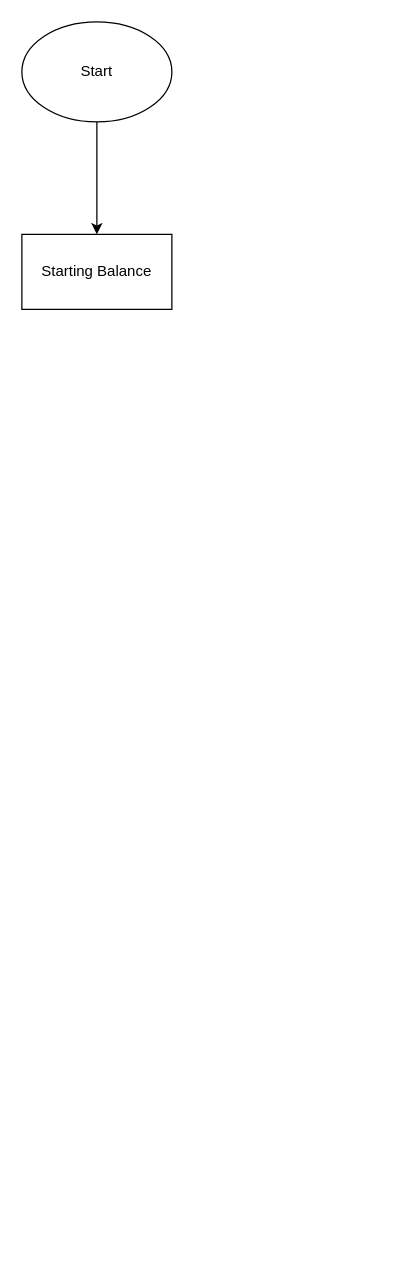
The draw.io diagram Sample.drawio in WilsonTalentCenter/advpseudoflow-coolmanforever, before the edit. Source tidied: cells renumbered, new cells numbered last; positions are measured from the earlier drawing's top-left corner, leaving out a move shared by most shapes. Both pictures are drawn from the tidied source at 125%, with x=0, y=0 at pixel (21, 21).
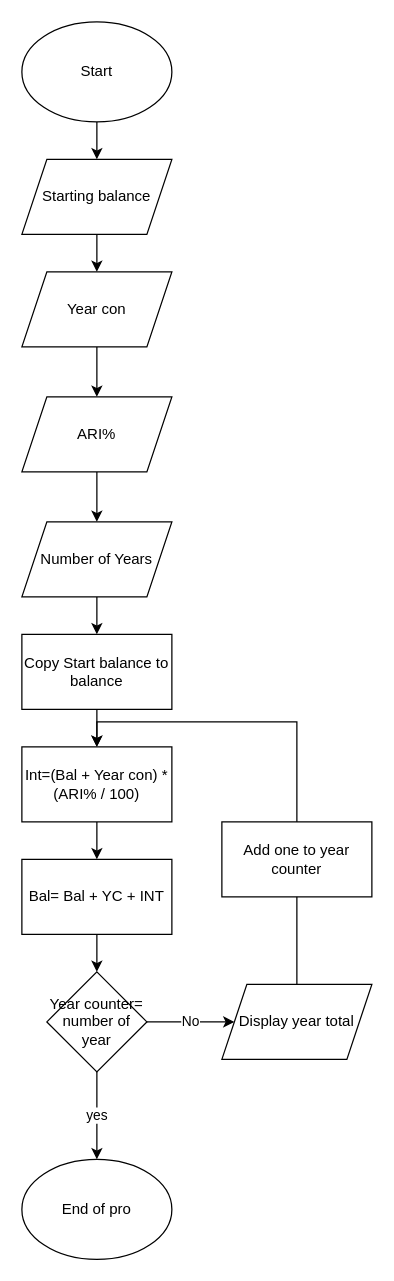
After the change.

Unchanged cells that the change refers to:
```xml
<mxCell id="3" value="Start" style="ellipse;whiteSpace=wrap;html=1;" parent="1" vertex="1">
  <mxGeometry width="120" height="80" as="geometry" />
</mxCell>
```

What changed in the source:
```diff
@@
-    <mxCell id="2" style="edgeStyle=orthogonalEdgeStyle;rounded=0;jettySize=auto;html=1;" parent="1" edge="1" source="3" target="4">
+    <mxCell id="2" style="edgeStyle=orthogonalEdgeStyle;rounded=0;jettySize=auto;html=1;entryX=0.5;entryY=0;entryDx=0;entryDy=0;" parent="1" edge="1" source="3" target="8">
       <mxGeometry relative="1" as="geometry" />
     </mxCell>
@@
-    <mxCell id="4" value="Starting Balance" style="whiteSpace=wrap;html=1;" parent="1" vertex="1">
-      <mxGeometry y="170" width="120" height="60" as="geometry" />
-    </mxCell>
+    <mxCell id="5" style="edgeStyle=orthogonalEdgeStyle;rounded=0;jettySize=auto;html=1;exitX=0.5;exitY=1;exitDx=0;exitDy=0;" parent="1" edge="1" source="8" target="7">
+      <mxGeometry relative="1" as="geometry" />
+    </mxCell>
+    <mxCell id="6" style="edgeStyle=orthogonalEdgeStyle;rounded=0;jettySize=auto;html=1;" parent="1" edge="1" source="7" target="10">
+      <mxGeometry relative="1" as="geometry" />
+    </mxCell>
+    <mxCell id="7" value="Year con" style="shape=parallelogram;perimeter=parallelogramPerimeter;whiteSpace=wrap;html=1;fixedSize=1;" parent="1" vertex="1">
+      <mxGeometry y="200" width="120" height="60" as="geometry" />
+    </mxCell>
+    <mxCell id="8" value="Starting balance" style="shape=parallelogram;perimeter=parallelogramPerimeter;whiteSpace=wrap;html=1;fixedSize=1;" parent="1" vertex="1">
+      <mxGeometry y="110" width="120" height="60" as="geometry" />
+    </mxCell>
+    <mxCell id="9" style="edgeStyle=orthogonalEdgeStyle;rounded=0;jettySize=auto;html=1;" parent="1" edge="1" source="10" target="12">
+      <mxGeometry relative="1" as="geometry" />
+    </mxCell>
+    <mxCell id="10" value="ARI%" style="shape=parallelogram;perimeter=parallelogramPerimeter;whiteSpace=wrap;html=1;fixedSize=1;" parent="1" vertex="1">
+      <mxGeometry y="300" width="120" height="60" as="geometry" />
+    </mxCell>
+    <mxCell id="11" style="edgeStyle=orthogonalEdgeStyle;rounded=0;jettySize=auto;html=1;" parent="1" edge="1" source="12" target="14">
+      <mxGeometry relative="1" as="geometry" />
+    </mxCell>
+    <mxCell id="12" value="Number of Years" style="shape=parallelogram;perimeter=parallelogramPerimeter;whiteSpace=wrap;html=1;fixedSize=1;" parent="1" vertex="1">
+      <mxGeometry y="400" width="120" height="60" as="geometry" />
+    </mxCell>
+    <mxCell id="13" style="edgeStyle=orthogonalEdgeStyle;rounded=0;jettySize=auto;html=1;" parent="1" edge="1" source="14" target="16">
+      <mxGeometry relative="1" as="geometry" />
+    </mxCell>
+    <mxCell id="14" value="Copy Start balance to balance" style="whiteSpace=wrap;html=1;" parent="1" vertex="1">
+      <mxGeometry y="490" width="120" height="60" as="geometry" />
+    </mxCell>
+    <mxCell id="15" style="edgeStyle=orthogonalEdgeStyle;rounded=0;jettySize=auto;html=1;" parent="1" edge="1" source="16" target="18">
+      <mxGeometry relative="1" as="geometry" />
+    </mxCell>
+    <mxCell id="16" value="Int=(Bal + Year con) * (ARI% / 100)" style="whiteSpace=wrap;html=1;" parent="1" vertex="1">
+      <mxGeometry y="580" width="120" height="60" as="geometry" />
+    </mxCell>
+    <mxCell id="17" style="edgeStyle=orthogonalEdgeStyle;rounded=0;jettySize=auto;html=1;" parent="1" edge="1" source="18" target="21">
+      <mxGeometry relative="1" as="geometry" />
+    </mxCell>
+    <mxCell id="18" value="Bal= Bal + YC + INT" style="whiteSpace=wrap;html=1;" parent="1" vertex="1">
+      <mxGeometry y="670" width="120" height="60" as="geometry" />
+    </mxCell>
+    <mxCell id="19" value="yes" style="edgeStyle=orthogonalEdgeStyle;rounded=0;jettySize=auto;html=1;" parent="1" edge="1" source="21" target="22">
+      <mxGeometry relative="1" as="geometry" />
+    </mxCell>
+    <mxCell id="20" value="No" style="edgeStyle=orthogonalEdgeStyle;rounded=0;jettySize=auto;html=1;" parent="1" edge="1" source="21" target="24">
+      <mxGeometry relative="1" as="geometry" />
+    </mxCell>
+    <mxCell id="21" value="Year counter= number of year" style="rhombus;whiteSpace=wrap;html=1;" parent="1" vertex="1">
+      <mxGeometry x="20" y="760" width="80" height="80" as="geometry" />
+    </mxCell>
+    <mxCell id="22" value="End of pro" style="ellipse;whiteSpace=wrap;html=1;" parent="1" vertex="1">
+      <mxGeometry y="910" width="120" height="80" as="geometry" />
+    </mxCell>
+    <mxCell id="23" style="edgeStyle=orthogonalEdgeStyle;rounded=0;jettySize=auto;html=1;entryX=0.5;entryY=0;entryDx=0;entryDy=0;" parent="1" edge="1" source="24" target="16">
+      <mxGeometry relative="1" as="geometry">
+        <Array as="points">
+          <mxPoint x="220" y="560" />
+          <mxPoint x="60" y="560" />
+        </Array>
+      </mxGeometry>
+    </mxCell>
+    <mxCell id="24" value="Display year total" style="shape=parallelogram;perimeter=parallelogramPerimeter;whiteSpace=wrap;html=1;fixedSize=1;" parent="1" vertex="1">
+      <mxGeometry x="160" y="770" width="120" height="60" as="geometry" />
+    </mxCell>
+    <mxCell id="25" value="Add one to year counter" style="rounded=0;whiteSpace=wrap;html=1;" parent="1" vertex="1">
+      <mxGeometry x="160" y="640" width="120" height="60" as="geometry" />
+    </mxCell>
```
